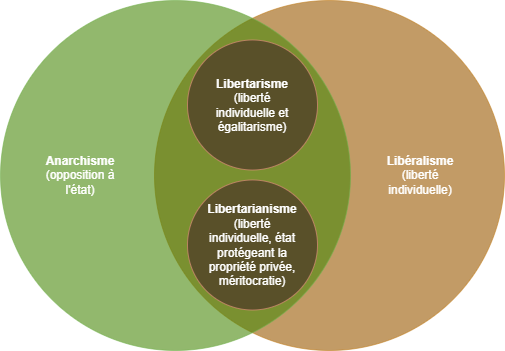
This is images/ressources/cadre/anarchismes.png from Association-Mallouestan/mallouestan.github.io, a draw.io export, as it was before one commit. Source tidied: cells renumbered, new cells last; positions are measured from the earlier drawing's top-left corner, leaving out a move shared by most shapes.
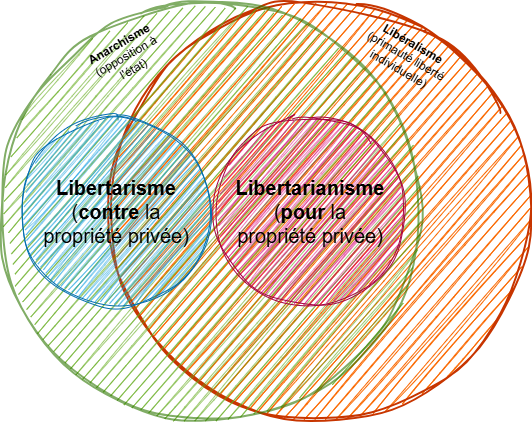
After the change.

Commit message:
MAJ shéma

Change to the diagram source:
```diff
@@ -2,29 +2,29 @@
   <root>
     <mxCell id="0" />
     <mxCell id="1" parent="0" />
-    <mxCell id="2" style="ellipse;whiteSpace=wrap;html=1;fillColor=#f0a30a;fontColor=#000000;strokeColor=#BD7000;opacity=60;" parent="1" vertex="1">
-      <mxGeometry x="154" width="350" height="350" as="geometry" />
+    <mxCell id="2" style="ellipse;whiteSpace=wrap;html=1;fillColor=#fa6800;fontColor=#000000;strokeColor=#C73500;strokeWidth=2;sketch=1;curveFitting=1;jiggle=2;" parent="1" vertex="1">
+      <mxGeometry x="64" y="-30" width="420" height="420" as="geometry" />
     </mxCell>
-    <mxCell id="3" style="ellipse;whiteSpace=wrap;html=1;fillColor=#60a917;fontColor=#ffffff;strokeColor=#2D7600;opacity=60;" parent="1" vertex="1">
-      <mxGeometry width="350" height="350" as="geometry" />
+    <mxCell id="3" style="ellipse;whiteSpace=wrap;html=1;fillColor=#60a917;fontColor=#ffffff;strokeColor=#2D7600;opacity=60;sketch=1;curveFitting=1;jiggle=2;strokeWidth=2;" parent="1" vertex="1">
+      <mxGeometry x="-45.9" y="-30" width="420" height="420" as="geometry" />
     </mxCell>
-    <mxCell id="4" style="ellipse;whiteSpace=wrap;html=1;fillColor=#fad9d5;strokeColor=#ae4132;opacity=60;" parent="1" vertex="1">
-      <mxGeometry x="187" y="39.5" width="130" height="130" as="geometry" />
+    <mxCell id="4" style="ellipse;whiteSpace=wrap;html=1;fillColor=#1ba1e2;strokeColor=#006EAF;fontColor=#ffffff;sketch=1;curveFitting=1;jiggle=2;" parent="1" vertex="1">
+      <mxGeometry x="-26" y="85" width="190" height="190" as="geometry" />
     </mxCell>
-    <mxCell id="5" value="&lt;b&gt;Libéralisme &lt;/b&gt;(liberté individuelle)" style="text;html=1;whiteSpace=wrap;strokeColor=none;fillColor=none;align=center;verticalAlign=middle;rounded=0;" parent="1" vertex="1">
-      <mxGeometry x="370" y="160" width="100" height="30" as="geometry" />
+    <mxCell id="5" value="&lt;b&gt;Libéralisme &lt;/b&gt;(primauté liberté individuelle)" style="text;html=1;whiteSpace=wrap;strokeColor=none;fillColor=none;align=center;verticalAlign=middle;rounded=0;rotation=30;" parent="1" vertex="1">
+      <mxGeometry x="310" y="10" width="100" height="30" as="geometry" />
     </mxCell>
-    <mxCell id="6" value="&lt;b&gt;Libertarisme&lt;/b&gt;&lt;div&gt;(liberté individuelle et égalitarisme)&lt;/div&gt;" style="text;html=1;whiteSpace=wrap;strokeColor=none;fillColor=none;align=center;verticalAlign=middle;rounded=0;" parent="1" vertex="1">
-      <mxGeometry x="202" y="89.5" width="100" height="30" as="geometry" />
-    </mxCell>
-    <mxCell id="7" value="&lt;b&gt;Anarchisme&lt;/b&gt;&lt;br&gt;(opposition à l'état)" style="text;html=1;whiteSpace=wrap;strokeColor=none;fillColor=none;align=center;verticalAlign=middle;rounded=0;" parent="1" vertex="1">
-      <mxGeometry x="30" y="160" width="100" height="30" as="geometry" />
+    <mxCell id="7" value="&lt;b&gt;Anarchisme&lt;/b&gt;&lt;br&gt;(opposition à l'état)" style="text;html=1;whiteSpace=wrap;strokeColor=none;fillColor=none;align=center;verticalAlign=middle;rounded=0;rotation=-30;" parent="1" vertex="1">
+      <mxGeometry x="30" y="10" width="100" height="30" as="geometry" />
     </mxCell>
-    <mxCell id="8" style="ellipse;whiteSpace=wrap;html=1;fillColor=#fad9d5;strokeColor=#ae4132;opacity=60;" parent="1" vertex="1">
-      <mxGeometry x="187" y="179.5" width="130" height="130" as="geometry" />
+    <mxCell id="8" style="ellipse;whiteSpace=wrap;html=1;fillColor=#d80073;strokeColor=#A50040;fontColor=#ffffff;sketch=1;curveFitting=1;jiggle=2;" parent="1" vertex="1">
+      <mxGeometry x="168.5" y="85" width="190" height="190" as="geometry" />
     </mxCell>
-    <mxCell id="9" value="&lt;b&gt;Libertarianisme&lt;/b&gt;&lt;div&gt;(liberté individuelle, état protégeant la propriété privée, méritocratie)&lt;/div&gt;" style="text;html=1;whiteSpace=wrap;strokeColor=none;fillColor=none;align=center;verticalAlign=middle;rounded=0;" parent="1" vertex="1">
-      <mxGeometry x="202" y="229.5" width="100" height="30" as="geometry" />
+    <mxCell id="9" value="&lt;b&gt;Libertarianisme&lt;/b&gt;&lt;div&gt;(&lt;b&gt;pour &lt;/b&gt;la propriété privée)&lt;/div&gt;" style="text;html=1;whiteSpace=wrap;strokeColor=none;fillColor=none;align=center;verticalAlign=middle;rounded=0;fontSize=20;" parent="1" vertex="1">
+      <mxGeometry x="213.5" y="165" width="100" height="30" as="geometry" />
     </mxCell>
+    <mxCell id="6" value="&lt;b&gt;Libertarisme&lt;/b&gt;&lt;div&gt;(&lt;b&gt;contre &lt;/b&gt;la propriété privée)&lt;/div&gt;" style="text;html=1;whiteSpace=wrap;strokeColor=none;fillColor=none;align=center;verticalAlign=middle;rounded=0;strokeWidth=1;fontSize=20;" parent="1" vertex="1">
+      <mxGeometry x="-10" y="145" width="160" height="70" as="geometry" />
+    </mxCell>
   </root>
 </mxGraphModel>
```
